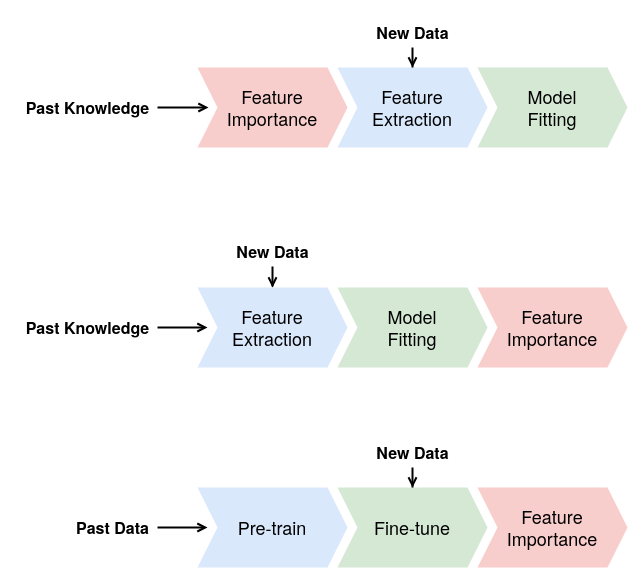
Earlier version of the draw.io diagram docs/slides/20240305_figures.drawio (morteza/ACNets). Source tidied: cells renumbered, new cells numbered last; positions are measured from the earlier drawing's top-left corner, leaving out a move shared by most shapes. Both pictures are drawn from the tidied source at 100%, with x=0, y=0 at pixel (17, 17).
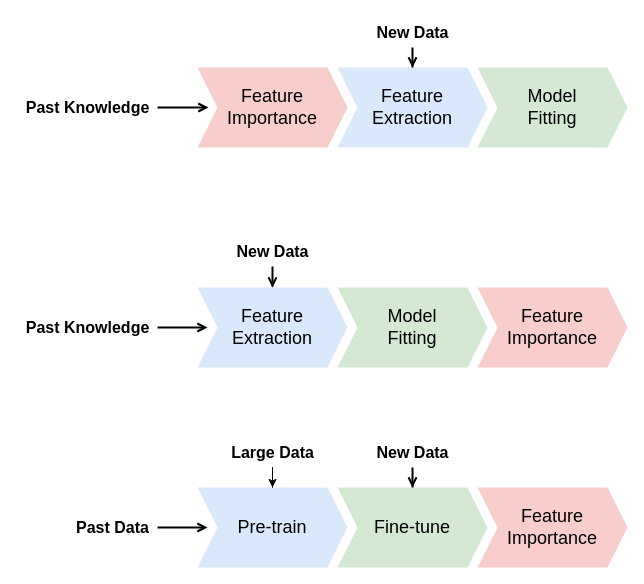
Above is the later version.

The edit, as a diff of the source:
```diff
@@
-    <mxCell id="2" style="edgeStyle=orthogonalEdgeStyle;rounded=0;jettySize=auto;html=1;fontFamily=Helvetica Neue;targetPerimeterSpacing=9;endArrow=open;endFill=0;strokeWidth=2;" parent="1" edge="1" source="3" target="6">
+    <mxCell id="2" style="edgeStyle=orthogonalEdgeStyle;rounded=0;jettySize=auto;html=1;fontFamily=Helvetica;targetPerimeterSpacing=9;endArrow=open;endFill=0;strokeWidth=2;" parent="1" edge="1" source="3" target="6">
       <mxGeometry relative="1" as="geometry" />
     </mxCell>
-    <mxCell id="3" value="Past Knowledge" style="text;html=1;align=center;verticalAlign=middle;points=[];strokeColor=none;fillColor=none;fontFamily=Helvetica Neue;fontSize=16;fontStyle=1;spacing=0;" parent="1" vertex="1">
+    <mxCell id="3" value="Past Knowledge" style="text;html=1;align=center;verticalAlign=middle;points=[];strokeColor=none;fillColor=none;fontFamily=Helvetica;fontSize=16;fontStyle=1;spacing=0;" parent="1" vertex="1">
       <mxGeometry y="75" width="140" height="30" as="geometry" />
     </mxCell>
-    <mxCell id="4" style="edgeStyle=orthogonalEdgeStyle;rounded=0;jettySize=auto;html=1;fontFamily=Helvetica Neue;targetPerimeterSpacing=10;endArrow=open;endFill=0;strokeWidth=2;" parent="1" edge="1" source="5" target="9">
+    <mxCell id="4" style="edgeStyle=orthogonalEdgeStyle;rounded=0;jettySize=auto;html=1;fontFamily=Helvetica;targetPerimeterSpacing=10;endArrow=open;endFill=0;strokeWidth=2;" parent="1" edge="1" source="5" target="9">
       <mxGeometry relative="1" as="geometry" />
     </mxCell>
-    <mxCell id="5" value="Past Knowledge" style="text;html=1;align=center;verticalAlign=middle;points=[];strokeColor=none;fillColor=none;fontFamily=Helvetica Neue;fontSize=16;fontStyle=1;spacing=0;" parent="1" vertex="1">
+    <mxCell id="5" value="Past Knowledge" style="text;html=1;align=center;verticalAlign=middle;points=[];strokeColor=none;fillColor=none;fontFamily=Helvetica;fontSize=16;fontStyle=1;spacing=0;" parent="1" vertex="1">
       <mxGeometry y="295" width="140" height="30" as="geometry" />
     </mxCell>
-    <mxCell id="6" value="Feature&lt;br style=&quot;font-size: 18px;&quot;&gt;Importance" style="shape=step;perimeter=stepPerimeter;whiteSpace=wrap;html=1;fixedSize=1;fontFamily=Helvetica Neue;fontSize=18;fillColor=#f8cecc;strokeColor=none;" parent="1" vertex="1">
+    <mxCell id="6" value="Feature&lt;br style=&quot;font-size: 18px;&quot;&gt;Importance" style="shape=step;perimeter=stepPerimeter;whiteSpace=wrap;html=1;fixedSize=1;fontFamily=Helvetica;fontSize=18;fillColor=#f8cecc;strokeColor=none;" parent="1" vertex="1">
       <mxGeometry x="180" y="50" width="150" height="80" as="geometry" />
     </mxCell>
-    <mxCell id="7" value="Model&lt;br style=&quot;font-size: 18px;&quot;&gt;Fitting" style="shape=step;perimeter=stepPerimeter;whiteSpace=wrap;html=1;fixedSize=1;fontFamily=Helvetica Neue;fontSize=18;fillColor=#d5e8d4;strokeColor=none;" parent="1" vertex="1">
+    <mxCell id="7" value="Model&lt;br style=&quot;font-size: 18px;&quot;&gt;Fitting" style="shape=step;perimeter=stepPerimeter;whiteSpace=wrap;html=1;fixedSize=1;fontFamily=Helvetica;fontSize=18;fillColor=#d5e8d4;strokeColor=none;" parent="1" vertex="1">
       <mxGeometry x="460" y="50" width="150" height="80" as="geometry" />
     </mxCell>
-    <mxCell id="8" value="Feature&lt;br style=&quot;font-size: 18px;&quot;&gt;Extraction" style="shape=step;perimeter=stepPerimeter;whiteSpace=wrap;html=1;fixedSize=1;fontFamily=Helvetica Neue;fontSize=18;fillColor=#dae8fc;strokeColor=none;" parent="1" vertex="1">
+    <mxCell id="8" value="Feature&lt;br style=&quot;font-size: 18px;&quot;&gt;Extraction" style="shape=step;perimeter=stepPerimeter;whiteSpace=wrap;html=1;fixedSize=1;fontFamily=Helvetica;fontSize=18;fillColor=#dae8fc;strokeColor=none;" parent="1" vertex="1">
       <mxGeometry x="320" y="50" width="150" height="80" as="geometry" />
     </mxCell>
-    <mxCell id="9" value="Feature&lt;br style=&quot;font-size: 18px;&quot;&gt;Extraction" style="shape=step;perimeter=stepPerimeter;whiteSpace=wrap;html=1;fixedSize=1;fontFamily=Helvetica Neue;fontSize=18;fillColor=#dae8fc;strokeColor=none;" parent="1" vertex="1">
+    <mxCell id="9" value="Feature&lt;br style=&quot;font-size: 18px;&quot;&gt;Extraction" style="shape=step;perimeter=stepPerimeter;whiteSpace=wrap;html=1;fixedSize=1;fontFamily=Helvetica;fontSize=18;fillColor=#dae8fc;strokeColor=none;" parent="1" vertex="1">
       <mxGeometry x="180" y="270" width="150" height="80" as="geometry" />
     </mxCell>
-    <mxCell id="10" value="Feature&lt;br&gt;Importance" style="shape=step;perimeter=stepPerimeter;whiteSpace=wrap;html=1;fixedSize=1;fontFamily=Helvetica Neue;fontSize=18;fillColor=#f8cecc;strokeColor=none;" parent="1" vertex="1">
+    <mxCell id="10" value="Feature&lt;br&gt;Importance" style="shape=step;perimeter=stepPerimeter;whiteSpace=wrap;html=1;fixedSize=1;fontFamily=Helvetica;fontSize=18;fillColor=#f8cecc;strokeColor=none;" parent="1" vertex="1">
       <mxGeometry x="460" y="270" width="150" height="80" as="geometry" />
     </mxCell>
-    <mxCell id="11" value="Model&lt;br&gt;Fitting" style="shape=step;perimeter=stepPerimeter;whiteSpace=wrap;html=1;fixedSize=1;fontFamily=Helvetica Neue;fontSize=18;fillColor=#d5e8d4;strokeColor=none;" parent="1" vertex="1">
+    <mxCell id="11" value="Model&lt;br&gt;Fitting" style="shape=step;perimeter=stepPerimeter;whiteSpace=wrap;html=1;fixedSize=1;fontFamily=Helvetica;fontSize=18;fillColor=#d5e8d4;strokeColor=none;" parent="1" vertex="1">
       <mxGeometry x="320" y="270" width="150" height="80" as="geometry" />
     </mxCell>
-    <mxCell id="12" value="Pre-train" style="shape=step;perimeter=stepPerimeter;whiteSpace=wrap;html=1;fixedSize=1;fontFamily=Helvetica Neue;fontSize=18;fillColor=#dae8fc;strokeColor=none;" parent="1" vertex="1">
+    <mxCell id="12" value="Pre-train" style="shape=step;perimeter=stepPerimeter;whiteSpace=wrap;html=1;fixedSize=1;fontFamily=Helvetica;fontSize=18;fillColor=#dae8fc;strokeColor=none;" parent="1" vertex="1">
       <mxGeometry x="180" y="470" width="150" height="80" as="geometry" />
     </mxCell>
-    <mxCell id="13" value="Feature&lt;br&gt;Importance" style="shape=step;perimeter=stepPerimeter;whiteSpace=wrap;html=1;fixedSize=1;fontFamily=Helvetica Neue;fontSize=18;fillColor=#f8cecc;strokeColor=none;" parent="1" vertex="1">
+    <mxCell id="13" value="Feature&lt;br&gt;Importance" style="shape=step;perimeter=stepPerimeter;whiteSpace=wrap;html=1;fixedSize=1;fontFamily=Helvetica;fontSize=18;fillColor=#f8cecc;strokeColor=none;" parent="1" vertex="1">
       <mxGeometry x="460" y="470" width="150" height="80" as="geometry" />
     </mxCell>
-    <mxCell id="14" value="Fine-tune" style="shape=step;perimeter=stepPerimeter;whiteSpace=wrap;html=1;fixedSize=1;fontFamily=Helvetica Neue;fontSize=18;fillColor=#d5e8d4;strokeColor=none;" parent="1" vertex="1">
+    <mxCell id="14" value="Fine-tune" style="shape=step;perimeter=stepPerimeter;whiteSpace=wrap;html=1;fixedSize=1;fontFamily=Helvetica;fontSize=18;fillColor=#d5e8d4;strokeColor=none;" parent="1" vertex="1">
       <mxGeometry x="320" y="470" width="150" height="80" as="geometry" />
     </mxCell>
-    <mxCell id="15" style="edgeStyle=orthogonalEdgeStyle;rounded=0;jettySize=auto;html=1;fontFamily=Helvetica Neue;targetPerimeterSpacing=10;endArrow=open;endFill=0;strokeWidth=2;" parent="1" edge="1" source="16" target="12">
+    <mxCell id="15" style="edgeStyle=orthogonalEdgeStyle;rounded=0;jettySize=auto;html=1;fontFamily=Helvetica;targetPerimeterSpacing=10;endArrow=open;endFill=0;strokeWidth=2;" parent="1" edge="1" source="16" target="12">
       <mxGeometry relative="1" as="geometry" />
     </mxCell>
-    <mxCell id="16" value="Past Data" style="text;html=1;align=center;verticalAlign=middle;points=[];strokeColor=none;fillColor=none;fontFamily=Helvetica Neue;fontSize=16;fontStyle=1;spacing=0;" parent="1" vertex="1">
+    <mxCell id="16" value="Past Data" style="text;html=1;align=center;verticalAlign=middle;points=[];strokeColor=none;fillColor=none;fontFamily=Helvetica;fontSize=16;fontStyle=1;spacing=0;" parent="1" vertex="1">
       <mxGeometry x="50" y="495" width="90" height="30" as="geometry" />
     </mxCell>
-    <mxCell id="17" style="edgeStyle=orthogonalEdgeStyle;rounded=0;jettySize=auto;html=1;endArrow=open;endFill=0;strokeWidth=2;" parent="1" edge="1" source="18" target="14">
+    <mxCell id="17" style="edgeStyle=orthogonalEdgeStyle;rounded=0;jettySize=auto;html=1;endArrow=open;endFill=0;strokeWidth=2;fontFamily=Helvetica;" parent="1" edge="1" source="18" target="14">
       <mxGeometry relative="1" as="geometry" />
     </mxCell>
-    <mxCell id="18" value="New Data" style="text;html=1;align=center;verticalAlign=middle;points=[];strokeColor=none;fillColor=none;fontFamily=Helvetica Neue;fontSize=16;fontStyle=1;spacing=0;" parent="1" vertex="1">
+    <mxCell id="18" value="New Data" style="text;html=1;align=center;verticalAlign=middle;points=[];strokeColor=none;fillColor=none;fontFamily=Helvetica;fontSize=16;fontStyle=1;spacing=0;" parent="1" vertex="1">
       <mxGeometry x="350" y="420" width="90" height="30" as="geometry" />
     </mxCell>
-    <mxCell id="19" style="edgeStyle=orthogonalEdgeStyle;rounded=0;jettySize=auto;html=1;endArrow=open;endFill=0;strokeWidth=2;" parent="1" edge="1" source="20" target="9">
+    <mxCell id="19" style="edgeStyle=orthogonalEdgeStyle;rounded=0;jettySize=auto;html=1;endArrow=open;endFill=0;strokeWidth=2;fontFamily=Helvetica;" parent="1" edge="1" source="20" target="9">
       <mxGeometry relative="1" as="geometry" />
     </mxCell>
-    <mxCell id="20" value="New Data" style="text;html=1;align=center;verticalAlign=middle;points=[];strokeColor=none;fillColor=none;fontFamily=Helvetica Neue;fontSize=16;fontStyle=1;spacing=0;" parent="1" vertex="1">
+    <mxCell id="20" value="New Data" style="text;html=1;align=center;verticalAlign=middle;points=[];strokeColor=none;fillColor=none;fontFamily=Helvetica;fontSize=16;fontStyle=1;spacing=0;" parent="1" vertex="1">
       <mxGeometry x="210" y="219" width="90" height="30" as="geometry" />
     </mxCell>
-    <mxCell id="21" style="edgeStyle=orthogonalEdgeStyle;rounded=0;jettySize=auto;html=1;endArrow=open;endFill=0;strokeWidth=2;" parent="1" edge="1" source="22" target="8">
+    <mxCell id="21" style="edgeStyle=orthogonalEdgeStyle;rounded=0;jettySize=auto;html=1;endArrow=open;endFill=0;strokeWidth=2;fontFamily=Helvetica;" parent="1" edge="1" source="22" target="8">
       <mxGeometry relative="1" as="geometry" />
     </mxCell>
-    <mxCell id="22" value="New Data" style="text;html=1;align=center;verticalAlign=middle;points=[];strokeColor=none;fillColor=none;fontFamily=Helvetica Neue;fontSize=16;fontStyle=1;spacing=0;" parent="1" vertex="1">
+    <mxCell id="22" value="New Data" style="text;html=1;align=center;verticalAlign=middle;points=[];strokeColor=none;fillColor=none;fontFamily=Helvetica;fontSize=16;fontStyle=1;spacing=0;" parent="1" vertex="1">
       <mxGeometry x="350" width="90" height="30" as="geometry" />
     </mxCell>
+    <mxCell id="23" style="edgeStyle=orthogonalEdgeStyle;rounded=0;jettySize=auto;html=1;" parent="1" edge="1" source="24" target="12">
+      <mxGeometry relative="1" as="geometry" />
+    </mxCell>
+    <mxCell id="24" value="Large Data" style="text;html=1;align=center;verticalAlign=middle;points=[];strokeColor=none;fillColor=none;fontFamily=Helvetica;fontSize=16;fontStyle=1;spacing=0;" parent="1" vertex="1">
+      <mxGeometry x="205" y="420" width="100" height="30" as="geometry" />
+    </mxCell>
```
